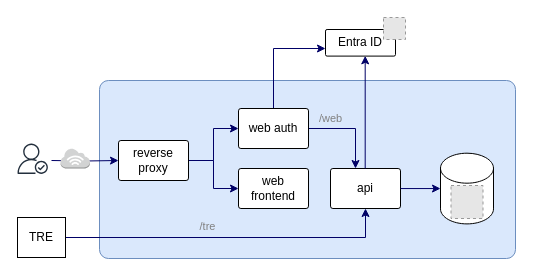
This is docs/media/architecture.drawio from ucl-arc-tre/portal, a draw.io file, before an edit. Source tidied: cells renumbered, new cells numbered last; positions are measured from the earlier drawing's top-left corner, leaving out a move shared by most shapes. Both pictures are drawn from the tidied source at 100%, with x=0, y=0 at pixel (17, 17). Pictures stored in the file or linked from it are replaced by grey dashed boxes.
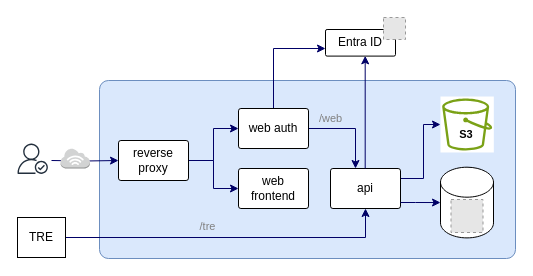
After the change.

Unchanged cells that the change refers to:
```xml
<mxCell id="10" value="api" style="rounded=1;whiteSpace=wrap;html=1;arcSize=6;" parent="1" vertex="1">
  <mxGeometry x="313" y="151" width="70" height="40" as="geometry" />
</mxCell>
```

Change to the diagram source:
```diff
@@
+    <mxCell id="24" style="edgeStyle=orthogonalEdgeStyle;rounded=0;jettySize=auto;html=1;entryX=0;entryY=0.5;entryDx=0;entryDy=0;strokeColor=#000066;" parent="1" edge="1" source="10" target="26">
+      <mxGeometry relative="1" as="geometry">
+        <Array as="points">
+          <mxPoint x="406" y="161" />
+          <mxPoint x="406" y="107" />
+        </Array>
+      </mxGeometry>
+    </mxCell>
@@
     <mxCell id="14" style="shape=cylinder3;whiteSpace=wrap;html=1;boundedLbl=1;backgroundOutline=1;size=15;" parent="1" vertex="1">
-      <mxGeometry x="423" y="135.7" width="53" height="70.7" as="geometry" />
+      <mxGeometry x="423" y="149.7" width="53" height="70.7" as="geometry" />
     </mxCell>
     <mxCell id="15" style="fillColor=#E6E6E6;strokeColor=#999999;dashed=1;verticalLabelPosition=bottom;labelBackgroundColor=default;verticalAlign=top;" parent="1" vertex="1">
-      <mxGeometry x="433.5" y="168" width="32" height="33" as="geometry" />
+      <mxGeometry x="433.5" y="182" width="32" height="33" as="geometry" />
     </mxCell>
     <mxCell id="16" style="edgeStyle=orthogonalEdgeStyle;rounded=0;jettySize=auto;html=1;entryX=0;entryY=0.5;entryDx=0;entryDy=0;entryPerimeter=0;strokeColor=#000066;" parent="1" edge="1" source="10" target="14">
-      <mxGeometry relative="1" as="geometry" />
+      <mxGeometry relative="1" as="geometry">
+        <Array as="points">
+          <mxPoint x="398" y="185" />
+          <mxPoint x="398" y="185" />
+        </Array>
+      </mxGeometry>
     </mxCell>
@@
+    <mxCell id="25" style="group;" parent="1" vertex="1">
+      <mxGeometry x="423" y="79" width="53.3" height="56" as="geometry" />
+    </mxCell>
+    <mxCell id="26" style="rounded=0;whiteSpace=wrap;html=1;strokeColor=none;fillColor=#FFFFFF;" parent="25" vertex="1">
+      <mxGeometry width="53.3" height="56" as="geometry" />
+    </mxCell>
+    <mxCell id="27" style="sketch=0;fontColor=#232F3E;gradientColor=none;fillColor=#7AA116;strokeColor=none;dashed=0;verticalLabelPosition=bottom;verticalAlign=top;align=center;html=1;fontSize=12;fontStyle=0;shape=mxgraph.aws4.bucket;" parent="25" vertex="1">
+      <mxGeometry x="1.7" y="2" width="50" height="52" as="geometry" />
+    </mxCell>
+    <mxCell id="28" value="S3" style="text;html=1;strokeColor=none;fillColor=none;align=center;verticalAlign=middle;whiteSpace=wrap;rounded=0;fontStyle=1;fontSize=11;" parent="1" vertex="1">
+      <mxGeometry x="434" y="107" width="30" height="20.3" as="geometry" />
+    </mxCell>
```
